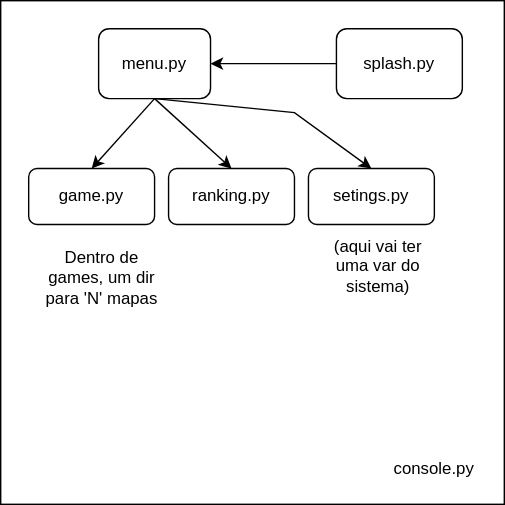
Earlier version of the draw.io export planjamento.drawio.svg (JJ-s-Rouguelike/Campanha). Source tidied: cells renumbered, new cells last; positions are measured from the earlier drawing's top-left corner, leaving out a move shared by most shapes.
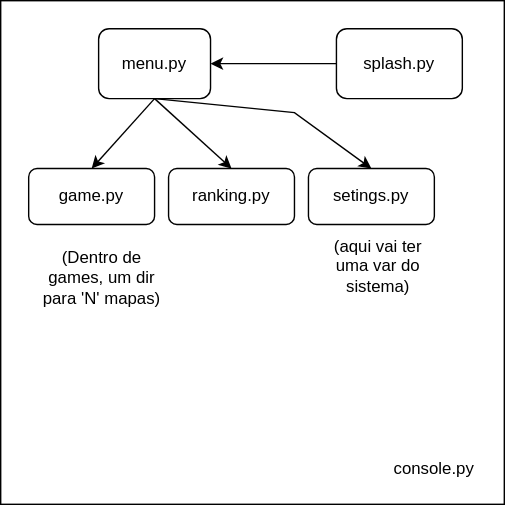
After the commit.

What changed in the source:
```diff
@@ -62,7 +62,7 @@
     <mxCell id="19" value="(aqui vai ter uma var do sistema)" style="text;html=1;strokeColor=none;fillColor=none;align=center;verticalAlign=middle;whiteSpace=wrap;rounded=0;" parent="1" vertex="1">
       <mxGeometry x="225" y="160" width="90" height="60" as="geometry" />
     </mxCell>
-    <mxCell id="20" value="Dentro de games, um dir para 'N' mapas" style="text;html=1;strokeColor=none;fillColor=none;align=center;verticalAlign=middle;whiteSpace=wrap;rounded=0;" parent="1" vertex="1">
+    <mxCell id="20" value="(Dentro de games, um dir para 'N' mapas)" style="text;html=1;strokeColor=none;fillColor=none;align=center;verticalAlign=middle;whiteSpace=wrap;rounded=0;" parent="1" vertex="1">
       <mxGeometry x="25" y="175" width="95" height="45" as="geometry" />
     </mxCell>
   </root>
```
